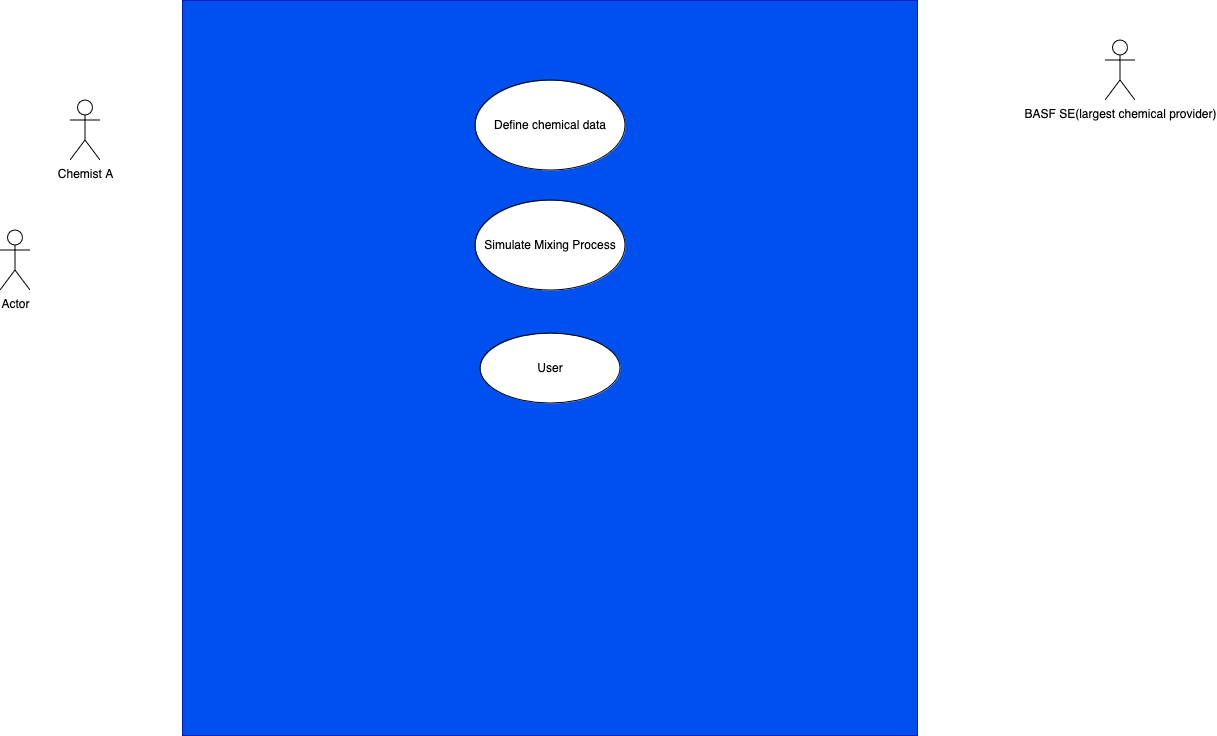
The draw.io diagram usecase.PNG in a-l-a-z-a-r/Chemical-Mixing-Data-Synthesis, before a commit. Source tidied: cells renumbered, new cells last; positions are measured from the earlier drawing's top-left corner, leaving out a move shared by most shapes.
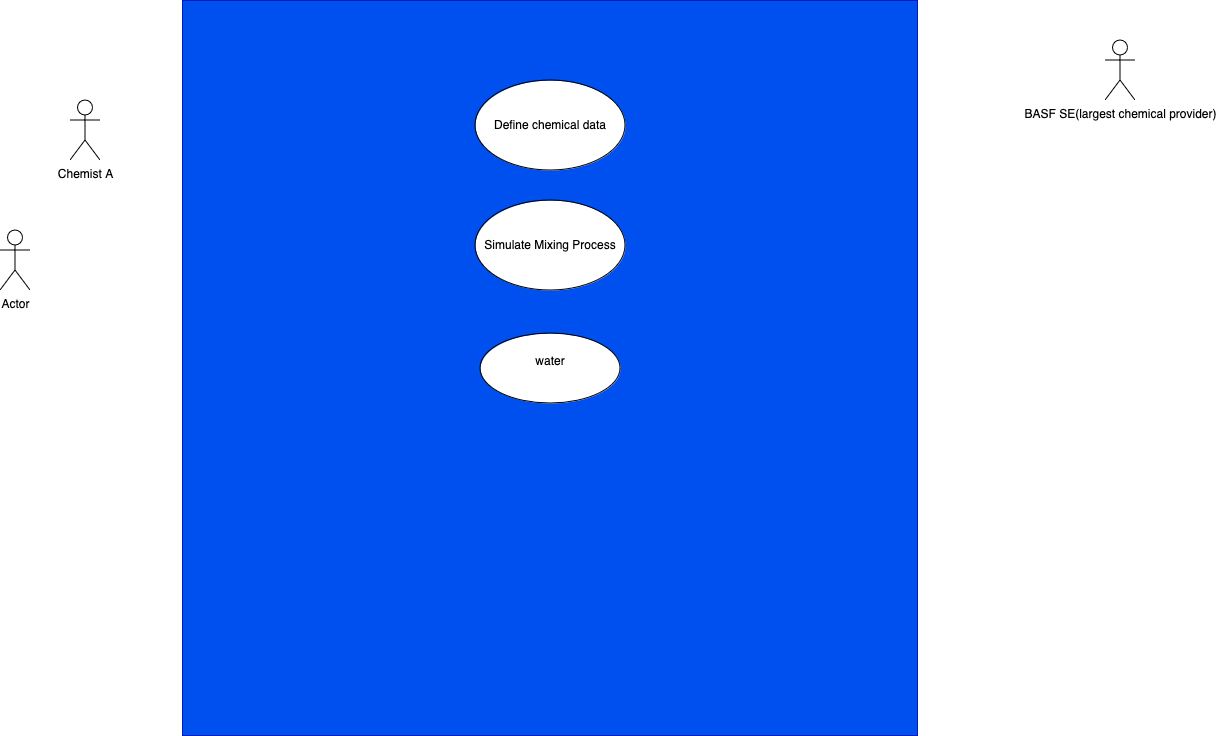
The same diagram one commit later.

Change to the diagram source:
```diff
@@ -17,7 +17,7 @@
     <mxCell id="6" value="Simulate Mixing Process" style="ellipse;whiteSpace=wrap;html=1;labelBackgroundColor=none;" parent="1" vertex="1">
       <mxGeometry x="475" y="200" width="150" height="90" as="geometry" />
     </mxCell>
-    <mxCell id="7" value="User" style="ellipse;whiteSpace=wrap;html=1;labelBackgroundColor=none;" parent="1" vertex="1">
+    <mxCell id="7" value="&lt;div&gt;water&lt;/div&gt;&lt;div&gt;&lt;br&gt;&lt;/div&gt;" style="ellipse;whiteSpace=wrap;html=1;labelBackgroundColor=none;" parent="1" vertex="1">
       <mxGeometry x="480" y="333" width="140" height="70" as="geometry" />
     </mxCell>
     <mxCell id="8" value="Actor" style="shape=umlActor;verticalLabelPosition=bottom;verticalAlign=top;html=1;labelBackgroundColor=none;" parent="1" vertex="1">
```
